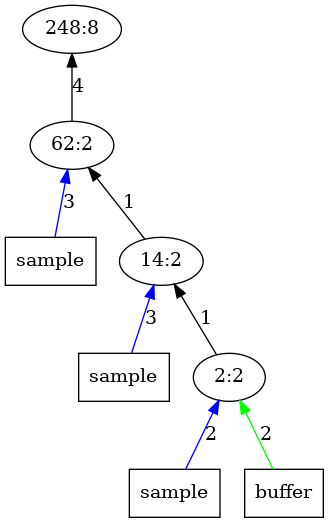
Before: outputImages/op8.png.png, a diagram exported from Graphviz (AbhikKhan/MTP_IITG). Its source is kept beside it as outputTrees/op8.dot.
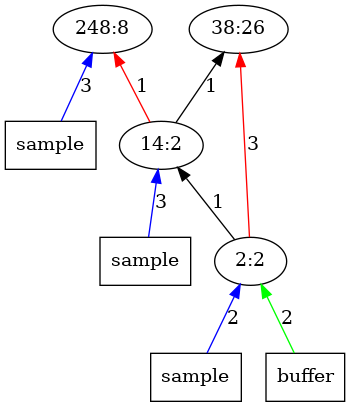
The same file after the commit.

What changed in the source:
```diff
@@ -1,15 +1,16 @@
 digraph Tree{
 	rankdir="BT"
+	x11 -> 1 [label = "3", color = "blue"];
+	x11 [label = "sample", shape = "box"];
 	1 [label = "248:8"];
-	2 -> 1 [label = "4", color = "black"];
-	x21 -> 2 [label = "3", color = "blue"];
-	x21 [label = "sample", shape = "box"];
-	2 [label = "62:2"];
+	2 [label = "38:26"];
+	3 -> 1 [label = "1", color = "red"];
 	3 -> 2 [label = "1", color = "black"];
 	x31 -> 3 [label = "3", color = "blue"];
 	x31 [label = "sample", shape = "box"];
 	3 [label = "14:2"];
 	4 -> 3 [label = "1", color = "black"];
+	4 -> 2 [label = "3", color = "red"];
 	x41 -> 4 [label = "2", color = "blue"];
 	x41 [label = "sample", shape = "box"];
 	x42 -> 4 [label = "2", color = "green"];
```
